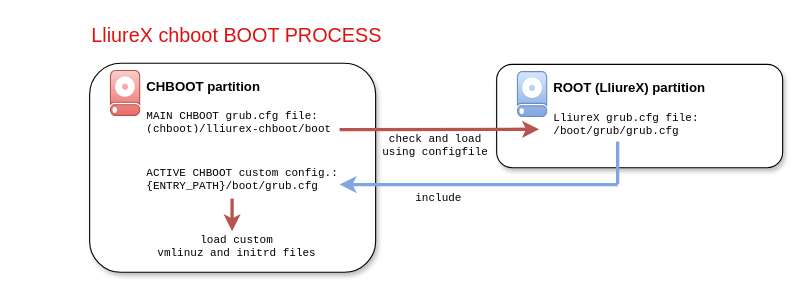
The draw.io diagram images/chboot-boot.drawio in lliurex/lliurex-chboot, before the edit. Source tidied: cells renumbered, new cells numbered last; positions are measured from the earlier drawing's top-left corner, leaving out a move shared by most shapes. Both pictures are drawn from the tidied source at 110%, with x=0, y=0 at pixel (89, 19).
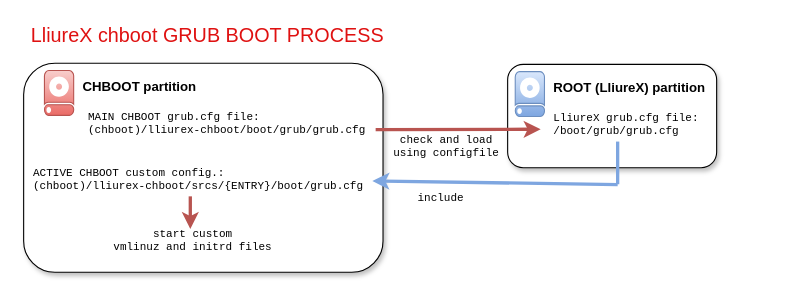
The same diagram, later.

The edit, as a diff of the source:
```diff
@@
-    <mxCell id="2" value="&lt;div&gt;&lt;span style=&quot;text-wrap-mode: nowrap;&quot;&gt;LliureX chboot BOOT PROCESS&lt;/span&gt;&lt;/div&gt;" style="text;html=1;strokeColor=none;fillColor=none;align=left;verticalAlign=middle;whiteSpace=wrap;overflow=hidden;fontColor=#df1111;fontSize=18;" parent="1" vertex="1">
-      <mxGeometry width="290" height="30" as="geometry" />
+    <mxCell id="2" value="&lt;div&gt;&lt;span style=&quot;text-wrap-mode: nowrap;&quot;&gt;LliureX chboot GRUB BOOT PROCESS&lt;/span&gt;&lt;/div&gt;" style="text;html=1;strokeColor=none;fillColor=none;align=left;verticalAlign=middle;whiteSpace=wrap;overflow=hidden;fontColor=#df1111;fontSize=18;" parent="1" vertex="1">
+      <mxGeometry x="-55" width="374.4" height="30" as="geometry" />
     </mxCell>
     <mxCell id="3" style="rounded=1;whiteSpace=wrap;html=1;textShadow=0;labelBorderColor=default;spacingRight=0;labelBackgroundColor=none;spacingBottom=0;shadow=1;" parent="1" vertex="1">
-      <mxGeometry y="40" width="260" height="190" as="geometry" />
+      <mxGeometry x="-60" y="40" width="326.7" height="190" as="geometry" />
     </mxCell>
     <mxCell id="4" value="&lt;span style=&quot;text-wrap-mode: nowrap;&quot;&gt;&lt;font&gt;&lt;b&gt;CHBOOT&amp;nbsp;partition&lt;/b&gt;&amp;nbsp;&lt;/font&gt;&lt;/span&gt;" style="text;html=1;strokeColor=none;fillColor=none;align=left;verticalAlign=middle;whiteSpace=wrap;overflow=hidden;" parent="1" vertex="1">
-      <mxGeometry x="50" y="49.2" width="210" height="25" as="geometry" />
+      <mxGeometry x="-8" y="49.2" width="210" height="25" as="geometry" />
     </mxCell>
-    <mxCell id="5" value="MAIN CHBOOT grub.cfg file:&lt;br&gt;(chboot)/lliurex-chboot/boot" style="text;html=1;strokeColor=none;fillColor=none;align=left;verticalAlign=middle;whiteSpace=wrap;overflow=hidden;fontFamily=Courier New;fontSize=10;" parent="1" vertex="1">
-      <mxGeometry x="50" y="80.2" width="200" height="25" as="geometry" />
+    <mxCell id="5" value="MAIN CHBOOT grub.cfg file:&lt;br&gt;(chboot)/lliurex-chboot/boot/grub/grub.cfg" style="text;html=1;strokeColor=none;fillColor=none;align=left;verticalAlign=middle;whiteSpace=wrap;overflow=hidden;fontFamily=Courier New;fontSize=10;" parent="1" vertex="1">
+      <mxGeometry x="-3" y="80.2" width="260" height="30" as="geometry" />
     </mxCell>
     <mxCell id="6" style="shadow=0;dashed=0;html=1;strokeColor=#b85450;fillColor=#f8cecc;labelPosition=center;verticalLabelPosition=bottom;verticalAlign=top;align=center;shape=mxgraph.veeam.2d.hard_drive;gradientColor=#ea6b66;" parent="1" vertex="1">
-      <mxGeometry x="18.9" y="46.6" width="26.7" height="40.8" as="geometry" />
+      <mxGeometry x="-41.1" y="46.6" width="26.7" height="40.8" as="geometry" />
     </mxCell>
     <mxCell id="7" style="rounded=1;whiteSpace=wrap;html=1;textShadow=0;labelBorderColor=default;spacingRight=0;labelBackgroundColor=none;spacingBottom=0;shadow=1;" parent="1" vertex="1">
-      <mxGeometry x="370" y="41" width="260" height="94" as="geometry" />
+      <mxGeometry x="380" y="41" width="190" height="94" as="geometry" />
     </mxCell>
@@
     <mxCell id="9" value="LliureX grub.cfg file:&lt;br&gt;/boot/grub/grub.cfg" style="text;html=1;strokeColor=none;fillColor=none;align=left;verticalAlign=middle;whiteSpace=wrap;overflow=hidden;fontFamily=Courier New;fontSize=10;" parent="1" vertex="1">
-      <mxGeometry x="420" y="81.2" width="200" height="30" as="geometry" />
+      <mxGeometry x="420" y="81.2" width="140" height="30" as="geometry" />
     </mxCell>
     <mxCell id="10" style="shadow=0;dashed=0;html=1;strokeColor=#6c8ebf;fillColor=#dae8fc;labelPosition=center;verticalLabelPosition=bottom;verticalAlign=top;align=center;shape=mxgraph.veeam.2d.hard_drive;gradientColor=#7ea6e0;" parent="1" vertex="1">
-      <mxGeometry x="388.9" y="47.6" width="26.7" height="40.8" as="geometry" />
+      <mxGeometry x="386.9" y="47.6" width="26.7" height="40.8" as="geometry" />
     </mxCell>
     <mxCell id="11" style="endArrow=classic;html=1;rounded=0;fillColor=#f8cecc;gradientColor=#ea6b66;strokeColor=#b85450;strokeWidth=3;" parent="1" edge="1">
       <mxGeometry relative="1" as="geometry">
-        <mxPoint x="227.2" y="100.3" as="sourcePoint" />
-        <mxPoint x="408.6" y="100" as="targetPoint" />
+        <mxPoint x="260" y="100.3" as="sourcePoint" />
+        <mxPoint x="410" y="100" as="targetPoint" />
       </mxGeometry>
     </mxCell>
     <mxCell id="12" value="check and load&lt;br&gt;using configfile" style="text;html=1;strokeColor=none;fillColor=none;align=center;verticalAlign=middle;whiteSpace=wrap;overflow=hidden;fontFamily=Courier New;fontSize=10;" parent="1" vertex="1">
-      <mxGeometry x="262" y="94.2" width="105.3" height="40.8" as="geometry" />
+      <mxGeometry x="272" y="95.2" width="105.3" height="40.8" as="geometry" />
     </mxCell>
-    <mxCell id="13" value="ACTIVE CHBOOT custom config.:&lt;br&gt;{ENTRY_PATH}/boot/grub.cfg&lt;div&gt;&lt;br&gt;&lt;/div&gt;" style="text;html=1;strokeColor=none;fillColor=none;align=left;verticalAlign=middle;whiteSpace=wrap;overflow=hidden;fontFamily=Courier New;fontSize=10;" parent="1" vertex="1">
-      <mxGeometry x="50" y="132" width="200" height="30" as="geometry" />
+    <mxCell id="13" value="ACTIVE CHBOOT custom config.:&lt;br&gt;(chboot)/lliurex-chboot/srcs/{ENTRY}/boot/grub.cfg&lt;div&gt;&lt;br&gt;&lt;/div&gt;" style="text;html=1;strokeColor=none;fillColor=none;align=left;verticalAlign=middle;whiteSpace=wrap;overflow=hidden;fontFamily=Courier New;fontSize=10;" parent="1" vertex="1">
+      <mxGeometry x="-53" y="132" width="310" height="30" as="geometry" />
     </mxCell>
@@
-    <mxCell id="15" style="endArrow=classic;html=1;rounded=0;fillColor=#f8cecc;gradientColor=#ea6b66;strokeColor=#7EA6E0;strokeWidth=3;" parent="1" edge="1">
+    <mxCell id="15" style="endArrow=classic;html=1;rounded=0;fillColor=#f8cecc;gradientColor=#ea6b66;strokeColor=#7EA6E0;strokeWidth=3;entryX=1;entryY=0.5;entryDx=0;entryDy=0;" parent="1" edge="1" target="13">
       <mxGeometry relative="1" as="geometry">
         <mxPoint x="480" y="150.3" as="sourcePoint" />
-        <mxPoint x="227.2" y="150.3" as="targetPoint" />
       </mxGeometry>
     </mxCell>
     <mxCell id="16" value="include" style="text;html=1;strokeColor=none;fillColor=none;align=center;verticalAlign=middle;whiteSpace=wrap;overflow=hidden;fontFamily=Courier New;fontSize=10;" parent="1" vertex="1">
-      <mxGeometry x="264.7" y="150" width="105.3" height="25" as="geometry" />
+      <mxGeometry x="266.7" y="150" width="105.3" height="25" as="geometry" />
     </mxCell>
     <mxCell id="17" style="endArrow=classic;html=1;rounded=0;fillColor=#f8cecc;gradientColor=#ea6b66;strokeColor=#b85450;strokeWidth=3;" parent="1" edge="1">
       <mxGeometry relative="1" as="geometry">
-        <mxPoint x="129.5" y="163" as="sourcePoint" />
-        <mxPoint x="129.5" y="192.7" as="targetPoint" />
+        <mxPoint x="91.5" y="161" as="sourcePoint" />
+        <mxPoint x="91.5" y="190.7" as="targetPoint" />
       </mxGeometry>
     </mxCell>
-    <mxCell id="18" value="load custom&lt;br&gt;vmlinuz and initrd files" style="text;html=1;strokeColor=none;fillColor=none;align=center;verticalAlign=middle;whiteSpace=wrap;overflow=hidden;fontFamily=Courier New;fontSize=10;" parent="1" vertex="1">
-      <mxGeometry x="34" y="192" width="200" height="30" as="geometry" />
+    <mxCell id="18" value="start custom&lt;br&gt;vmlinuz and initrd files" style="text;html=1;strokeColor=none;fillColor=none;align=center;verticalAlign=middle;whiteSpace=wrap;overflow=hidden;fontFamily=Courier New;fontSize=10;" parent="1" vertex="1">
+      <mxGeometry x="4" y="186" width="180" height="30" as="geometry" />
     </mxCell>
```
